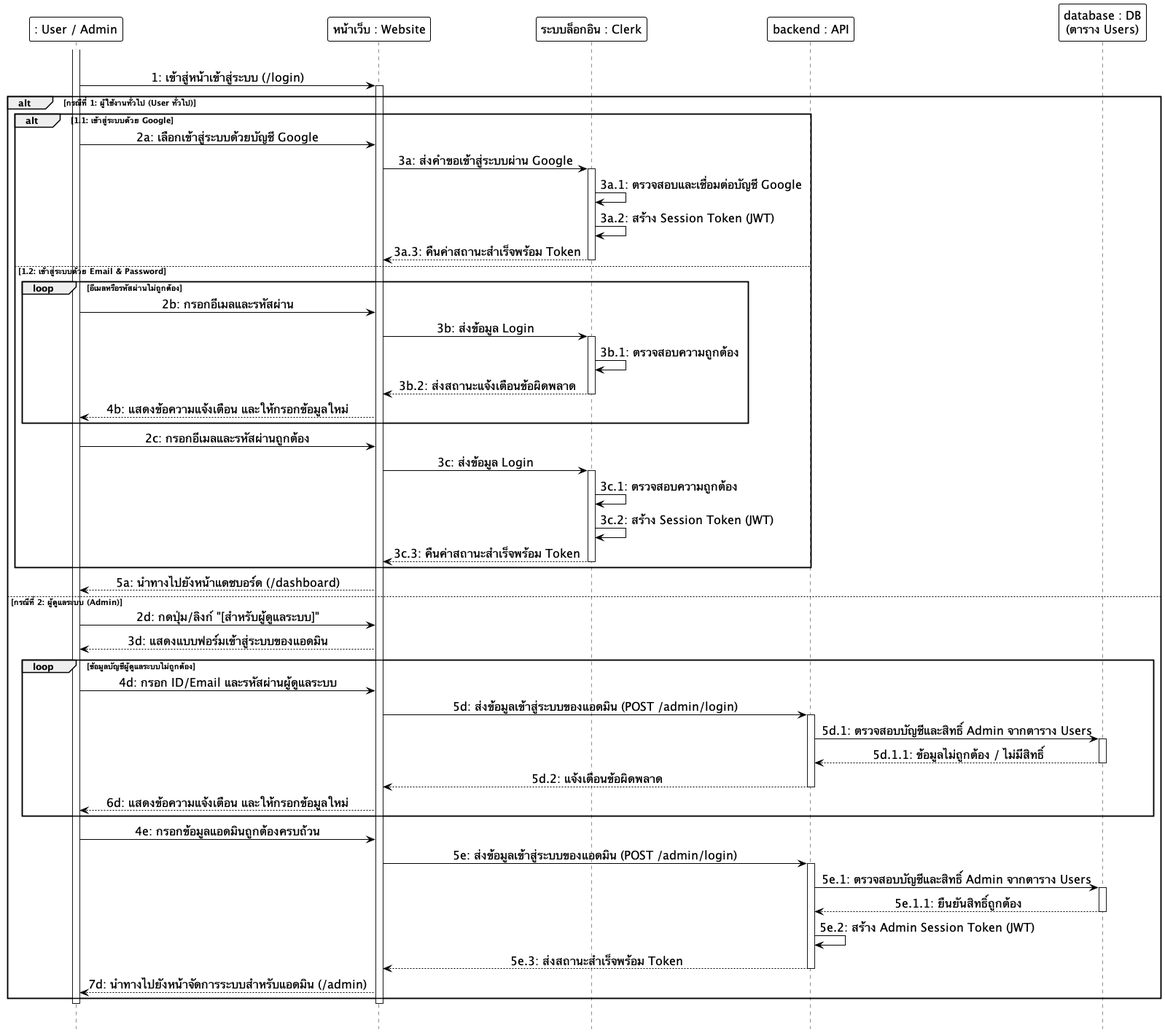
Anatta-at/my-portfolio-app keeps this PlantUML diagram as docs/diagrams/images/sequence/sequence_11_login.png. Above is the earlier version. Its diagram source:
```plantuml
@startuml
hide footbox
skinparam monochrome true
skinparam shadowing false
skinparam backgroundcolor transparent
skinparam ParticipantMinHeight 60
skinparam ParticipantMinWidth 160
skinparam ParticipantBackgroundColor white
skinparam ParticipantBorderColor black
skinparam ParticipantBorderThickness 1.0
skinparam ParticipantFontSize 16
skinparam LifeLineBackgroundColor white
skinparam LifeLineBorderColor black
skinparam LifeLineBorderThickness 1.0
skinparam ArrowColor black
skinparam ArrowFontSize 16
skinparam sequenceMessageAlign center

participant ": User / Admin" as User
participant "หน้าเว็บ : Website" as Frontend
participant "ระบบล็อกอิน : Clerk" as Clerk
participant "backend : API" as Backend
participant "database : DB\n(ตาราง Users)" as DB

|||
activate User
User -> Frontend: 1: เข้าสู่หน้าเข้าสู่ระบบ (/login)
activate Frontend

alt กรณีที่ 1: ผู้ใช้งานทั่วไป (User ทั่วไป)
    alt 1.1: เข้าสู่ระบบด้วย Google
        User -> Frontend: 2a: เลือกเข้าสู่ระบบด้วยบัญชี Google
        Frontend -> Clerk: 3a: ส่งคำขอเข้าสู่ระบบผ่าน Google
        activate Clerk
        Clerk -> Clerk: 3a.1: ตรวจสอบและเชื่อมต่อบัญชี Google
        Clerk -> Clerk: 3a.2: สร้าง Session Token (JWT)
        Clerk --> Frontend: 3a.3: คืนค่าสถานะสำเร็จพร้อม Token
        deactivate Clerk
    else 1.2: เข้าสู่ระบบด้วย Email & Password
        loop อีเมลหรือรหัสผ่านไม่ถูกต้อง
            User -> Frontend: 2b: กรอกอีเมลและรหัสผ่าน
            Frontend -> Clerk: 3b: ส่งข้อมูล Login
            activate Clerk
            Clerk -> Clerk: 3b.1: ตรวจสอบความถูกต้อง
            Clerk --> Frontend: 3b.2: ส่งสถานะแจ้งเตือนข้อผิดพลาด
            deactivate Clerk
            Frontend --> User: 4b: แสดงข้อความแจ้งเตือน และให้กรอกข้อมูลใหม่
        end
        User -> Frontend: 2c: กรอกอีเมลและรหัสผ่านถูกต้อง
        Frontend -> Clerk: 3c: ส่งข้อมูล Login
        activate Clerk
        Clerk -> Clerk: 3c.1: ตรวจสอบความถูกต้อง
        Clerk -> Clerk: 3c.2: สร้าง Session Token (JWT)
        Clerk --> Frontend: 3c.3: คืนค่าสถานะสำเร็จพร้อม Token
        deactivate Clerk
    end
    Frontend --> User: 5a: นำทางไปยังหน้าแดชบอร์ด (/dashboard)

else กรณีที่ 2: ผู้ดูแลระบบ (Admin)
    User -> Frontend: 2d: กดปุ่ม/ลิงก์ "[สำหรับผู้ดูแลระบบ]"
    Frontend --> User: 3d: แสดงแบบฟอร์มเข้าสู่ระบบของแอดมิน
    loop ข้อมูลบัญชีผู้ดูแลระบบไม่ถูกต้อง
        User -> Frontend: 4d: กรอก ID/Email และรหัสผ่านผู้ดูแลระบบ
        Frontend -> Backend: 5d: ส่งข้อมูลเข้าสู่ระบบของแอดมิน (POST /admin/login)
        activate Backend
        Backend -> DB: 5d.1: ตรวจสอบบัญชีและสิทธิ์ Admin จากตาราง Users
        activate DB
        DB --> Backend: 5d.1.1: ข้อมูลไม่ถูกต้อง / ไม่มีสิทธิ์
        deactivate DB
        Backend --> Frontend: 5d.2: แจ้งเตือนข้อผิดพลาด
        deactivate Backend
        Frontend --> User: 6d: แสดงข้อความแจ้งเตือน และให้กรอกข้อมูลใหม่
    end
    User -> Frontend: 4e: กรอกข้อมูลแอดมินถูกต้องครบถ้วน
    Frontend -> Backend: 5e: ส่งข้อมูลเข้าสู่ระบบของแอดมิน (POST /admin/login)
    activate Backend
    Backend -> DB: 5e.1: ตรวจสอบบัญชีและสิทธิ์ Admin จากตาราง Users
    activate DB
    DB --> Backend: 5e.1.1: ยืนยันสิทธิ์ถูกต้อง
    deactivate DB
    Backend -> Backend: 5e.2: สร้าง Admin Session Token (JWT)
    Backend --> Frontend: 5e.3: ส่งสถานะสำเร็จพร้อม Token
    deactivate Backend
    Frontend --> User: 7d: นำทางไปยังหน้าจัดการระบบสำหรับแอดมิน (/admin)
end

deactivate Frontend
deactivate User
|||
@enduml
```
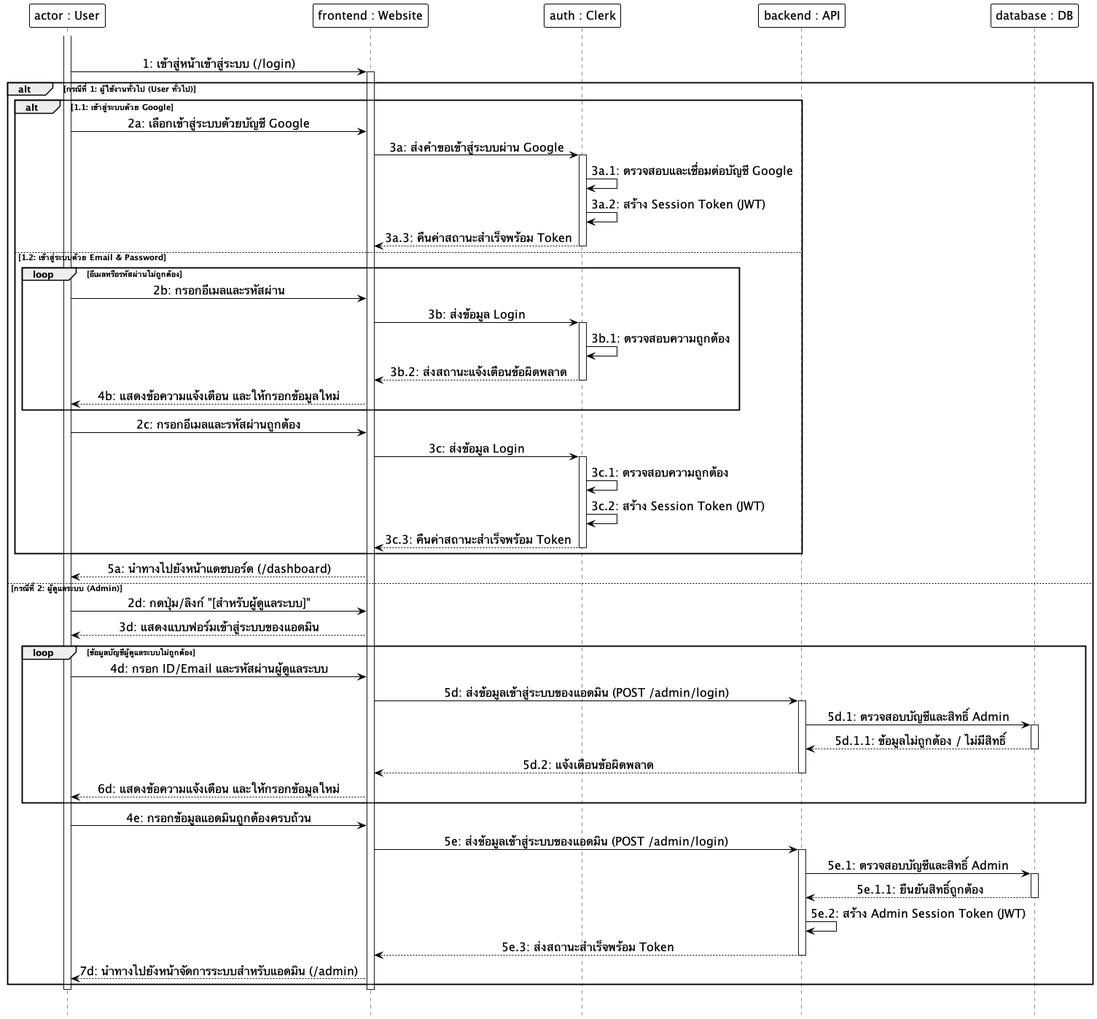
Later version of the same file.

What changed in the source:
```diff
@@ -16,11 +16,11 @@
 skinparam ArrowFontSize 16
 skinparam sequenceMessageAlign center
 
-participant ": User / Admin" as User
-participant "หน้าเว็บ : Website" as Frontend
-participant "ระบบล็อกอิน : Clerk" as Clerk
+participant "actor : User" as User
+participant "frontend : Website" as Frontend
+participant "auth : Clerk" as Clerk
 participant "backend : API" as Backend
-participant "database : DB\n(ตาราง Users)" as DB
+participant "database : DB" as DB
 
 |||
 activate User
@@ -63,7 +63,7 @@
         User -> Frontend: 4d: กรอก ID/Email และรหัสผ่านผู้ดูแลระบบ
         Frontend -> Backend: 5d: ส่งข้อมูลเข้าสู่ระบบของแอดมิน (POST /admin/login)
         activate Backend
-        Backend -> DB: 5d.1: ตรวจสอบบัญชีและสิทธิ์ Admin จากตาราง Users
+        Backend -> DB: 5d.1: ตรวจสอบบัญชีและสิทธิ์ Admin
         activate DB
         DB --> Backend: 5d.1.1: ข้อมูลไม่ถูกต้อง / ไม่มีสิทธิ์
         deactivate DB
@@ -74,7 +74,7 @@
     User -> Frontend: 4e: กรอกข้อมูลแอดมินถูกต้องครบถ้วน
     Frontend -> Backend: 5e: ส่งข้อมูลเข้าสู่ระบบของแอดมิน (POST /admin/login)
     activate Backend
-    Backend -> DB: 5e.1: ตรวจสอบบัญชีและสิทธิ์ Admin จากตาราง Users
+    Backend -> DB: 5e.1: ตรวจสอบบัญชีและสิทธิ์ Admin
     activate DB
     DB --> Backend: 5e.1.1: ยืนยันสิทธิ์ถูกต้อง
     deactivate DB
```
